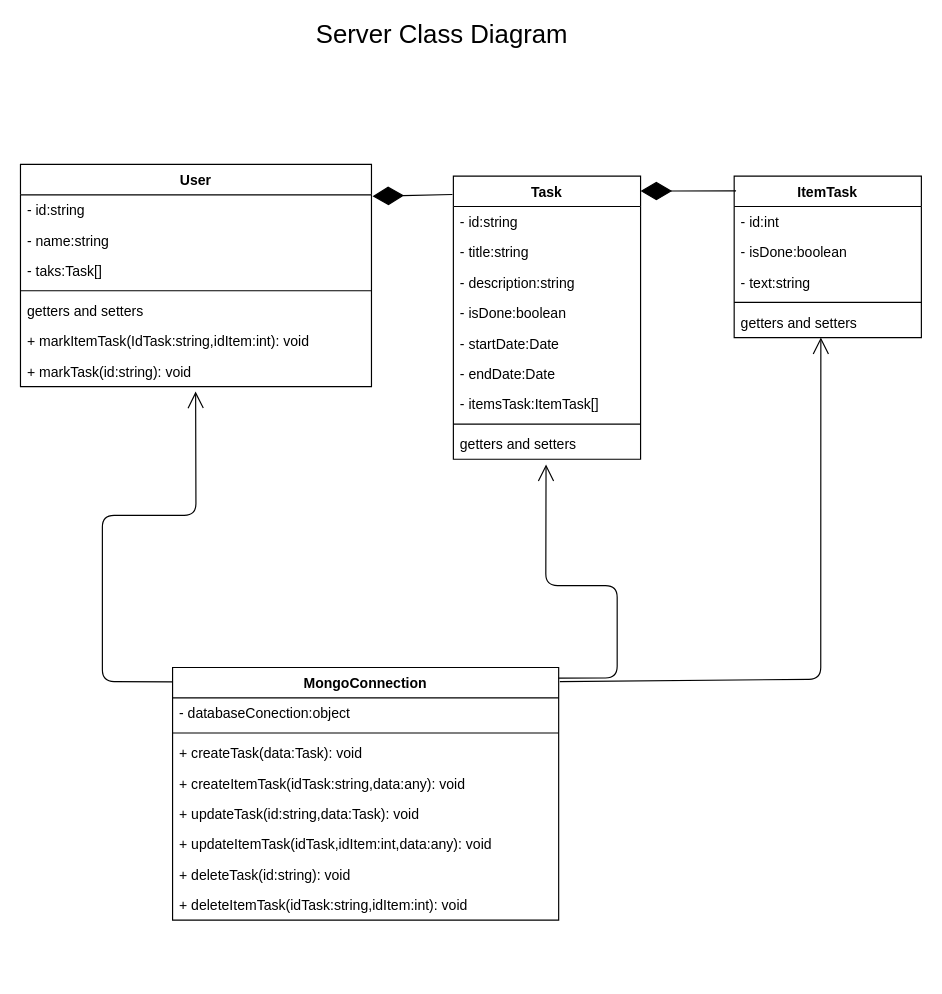
This is docs/model-server.drawio from spaezsuarez/ToDo_graphql_server, a draw.io file, before an edit. Source tidied: cells renumbered, new cells numbered last; positions are measured from the earlier drawing's top-left corner, leaving out a move shared by most shapes. Both pictures are drawn from the tidied source at 117%, with x=0, y=0 at pixel (20, 23).
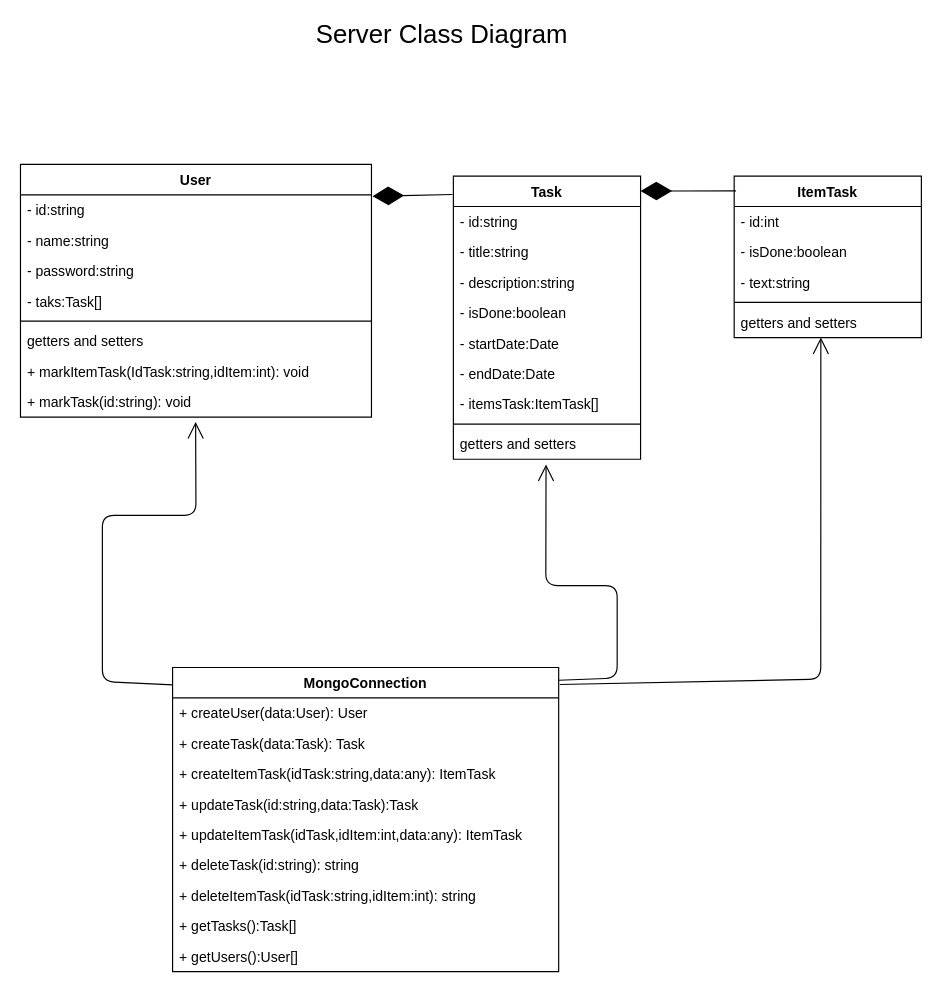
Above is the later version.

Commit message (it also covers changes not shown here):
Operaciones crud del usuario (Aun sin terminar)

The edit, as a diff of the source:
```diff
@@
     <mxCell id="2" value="User" style="swimlane;fontStyle=1;align=center;verticalAlign=top;horizontal=1;startSize=26;" parent="1" vertex="1">
-      <mxGeometry y="120" width="300" height="190" as="geometry" />
+      <mxGeometry y="120" width="300" height="216" as="geometry" />
     </mxCell>
@@
+    <mxCell id="41" value="- password:string" style="text;strokeColor=none;fillColor=none;align=left;verticalAlign=top;spacingLeft=4;spacingRight=4;overflow=hidden;" parent="2" vertex="1">
+      <mxGeometry y="78" width="300" height="26" as="geometry" />
+    </mxCell>
     <mxCell id="5" value="- taks:Task[]" style="text;strokeColor=none;fillColor=none;align=left;verticalAlign=top;spacingLeft=4;spacingRight=4;overflow=hidden;" parent="2" vertex="1">
-      <mxGeometry y="78" width="300" height="26" as="geometry" />
+      <mxGeometry y="104" width="300" height="26" as="geometry" />
     </mxCell>
     <mxCell id="6" style="line;strokeWidth=1;fillColor=none;align=left;verticalAlign=middle;spacingTop=-1;spacingLeft=3;spacingRight=3;labelPosition=right;" parent="2" vertex="1">
-      <mxGeometry y="104" width="300" height="8" as="geometry" />
+      <mxGeometry y="130" width="300" height="8" as="geometry" />
     </mxCell>
     <mxCell id="7" value="getters and setters" style="text;strokeColor=none;fillColor=none;align=left;verticalAlign=top;spacingLeft=4;spacingRight=4;overflow=hidden;" parent="2" vertex="1">
-      <mxGeometry y="112" width="300" height="26" as="geometry" />
+      <mxGeometry y="138" width="300" height="26" as="geometry" />
     </mxCell>
     <mxCell id="8" value="+ markItemTask(IdTask:string,idItem:int): void" style="text;strokeColor=none;fillColor=none;align=left;verticalAlign=top;spacingLeft=4;spacingRight=4;overflow=hidden;" parent="2" vertex="1">
-      <mxGeometry y="138" width="300" height="26" as="geometry" />
+      <mxGeometry y="164" width="300" height="26" as="geometry" />
     </mxCell>
     <mxCell id="9" value="+ markTask(id:string): void" style="text;strokeColor=none;fillColor=none;align=left;verticalAlign=top;spacingLeft=4;spacingRight=4;overflow=hidden;points=[[0,0.5],[1,0.5]];portConstraint=eastwest;" parent="2" vertex="1">
-      <mxGeometry y="164" width="300" height="26" as="geometry" />
+      <mxGeometry y="190" width="300" height="26" as="geometry" />
     </mxCell>
@@
     <mxCell id="29" value="MongoConnection" style="swimlane;fontStyle=1;align=center;verticalAlign=top;horizontal=1;startSize=26;" parent="1" vertex="1">
-      <mxGeometry x="130" y="550" width="330" height="216" as="geometry" />
+      <mxGeometry x="130" y="550" width="330" height="260" as="geometry" />
     </mxCell>
-    <mxCell id="30" value="- databaseConection:object" style="text;strokeColor=none;fillColor=none;align=left;verticalAlign=top;spacingLeft=4;spacingRight=4;overflow=hidden;" parent="29" vertex="1">
-      <mxGeometry y="26" width="330" height="26" as="geometry" />
-    </mxCell>
-    <mxCell id="31" style="line;strokeWidth=1;fillColor=none;align=left;verticalAlign=middle;spacingTop=-1;spacingLeft=3;spacingRight=3;labelPosition=right;" parent="29" vertex="1">
-      <mxGeometry y="52" width="330" height="8" as="geometry" />
-    </mxCell>
-    <mxCell id="32" value="+ createTask(data:Task): void" style="text;strokeColor=none;fillColor=none;align=left;verticalAlign=top;spacingLeft=4;spacingRight=4;overflow=hidden;" parent="29" vertex="1">
-      <mxGeometry y="60" width="330" height="26" as="geometry" />
+    <mxCell id="32" value="+ createUser(data:User): User" style="text;strokeColor=none;fillColor=none;align=left;verticalAlign=top;spacingLeft=4;spacingRight=4;overflow=hidden;" parent="29" vertex="1">
+      <mxGeometry y="26" width="330" height="26" as="geometry" />
     </mxCell>
+    <mxCell id="42" value="+ createTask(data:Task): Task" style="text;strokeColor=none;fillColor=none;align=left;verticalAlign=top;spacingLeft=4;spacingRight=4;overflow=hidden;" parent="29" vertex="1">
+      <mxGeometry y="52" width="330" height="26" as="geometry" />
+    </mxCell>
-    <mxCell id="33" value="+ createItemTask(idTask:string,data:any): void" style="text;strokeColor=none;fillColor=none;align=left;verticalAlign=top;spacingLeft=4;spacingRight=4;overflow=hidden;" parent="29" vertex="1">
-      <mxGeometry y="86" width="330" height="26" as="geometry" />
+    <mxCell id="33" value="+ createItemTask(idTask:string,data:any): ItemTask" style="text;strokeColor=none;fillColor=none;align=left;verticalAlign=top;spacingLeft=4;spacingRight=4;overflow=hidden;" parent="29" vertex="1">
+      <mxGeometry y="78" width="330" height="26" as="geometry" />
     </mxCell>
-    <mxCell id="34" value="+ updateTask(id:string,data:Task): void" style="text;strokeColor=none;fillColor=none;align=left;verticalAlign=top;spacingLeft=4;spacingRight=4;overflow=hidden;" parent="29" vertex="1">
-      <mxGeometry y="112" width="330" height="26" as="geometry" />
+    <mxCell id="34" value="+ updateTask(id:string,data:Task):Task" style="text;strokeColor=none;fillColor=none;align=left;verticalAlign=top;spacingLeft=4;spacingRight=4;overflow=hidden;" parent="29" vertex="1">
+      <mxGeometry y="104" width="330" height="26" as="geometry" />
     </mxCell>
-    <mxCell id="35" value="+ updateItemTask(idTask,idItem:int,data:any): void" style="text;strokeColor=none;fillColor=none;align=left;verticalAlign=top;spacingLeft=4;spacingRight=4;overflow=hidden;" parent="29" vertex="1">
-      <mxGeometry y="138" width="330" height="26" as="geometry" />
+    <mxCell id="35" value="+ updateItemTask(idTask,idItem:int,data:any): ItemTask" style="text;strokeColor=none;fillColor=none;align=left;verticalAlign=top;spacingLeft=4;spacingRight=4;overflow=hidden;" parent="29" vertex="1">
+      <mxGeometry y="130" width="330" height="26" as="geometry" />
     </mxCell>
-    <mxCell id="36" value="+ deleteTask(id:string): void" style="text;strokeColor=none;fillColor=none;align=left;verticalAlign=top;spacingLeft=4;spacingRight=4;overflow=hidden;" parent="29" vertex="1">
-      <mxGeometry y="164" width="330" height="26" as="geometry" />
+    <mxCell id="36" value="+ deleteTask(id:string): string" style="text;strokeColor=none;fillColor=none;align=left;verticalAlign=top;spacingLeft=4;spacingRight=4;overflow=hidden;" parent="29" vertex="1">
+      <mxGeometry y="156" width="330" height="26" as="geometry" />
     </mxCell>
-    <mxCell id="37" value="+ deleteItemTask(idTask:string,idItem:int): void" style="text;strokeColor=none;fillColor=none;align=left;verticalAlign=top;spacingLeft=4;spacingRight=4;overflow=hidden;" parent="29" vertex="1">
-      <mxGeometry y="190" width="330" height="26" as="geometry" />
+    <mxCell id="37" value="+ deleteItemTask(idTask:string,idItem:int): string" style="text;strokeColor=none;fillColor=none;align=left;verticalAlign=top;spacingLeft=4;spacingRight=4;overflow=hidden;" parent="29" vertex="1">
+      <mxGeometry y="182" width="330" height="26" as="geometry" />
     </mxCell>
+    <mxCell id="43" value="+ getTasks():Task[]" style="text;strokeColor=none;fillColor=none;align=left;verticalAlign=top;spacingLeft=4;spacingRight=4;overflow=hidden;" parent="29" vertex="1">
+      <mxGeometry y="208" width="330" height="26" as="geometry" />
+    </mxCell>
+    <mxCell id="44" value="+ getUsers():User[]" style="text;strokeColor=none;fillColor=none;align=left;verticalAlign=top;spacingLeft=4;spacingRight=4;overflow=hidden;" parent="29" vertex="1">
+      <mxGeometry y="234" width="330" height="26" as="geometry" />
+    </mxCell>
```
